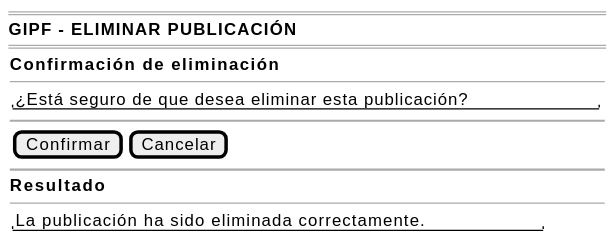
The PlantUML diagram images/RUP/00-casos-uso/02-detalle/coordinador/eliminarPublicacion/eliminarPublicacion-wireframe.svg in beatriizorozco/25-26-idsw2-sdVC, before a commit. The source it was exported from:
```plantuml
@startsalt eliminarPublicacion-wireframe
{
    ====
    <b>GIPF - ELIMINAR PUBLICACIÓN</b>
    ====
    {
        <b>Confirmación de eliminación</b>
        --
        {
            "¿Está seguro de que desea eliminar esta publicación?"
        }

        ~~

        {[Confirmar] | [Cancelar]}

        ~~

        <b>Resultado</b>
        --
        {
            "La publicación ha sido eliminada correctamente."
        }
    }
}
@endsalt
```
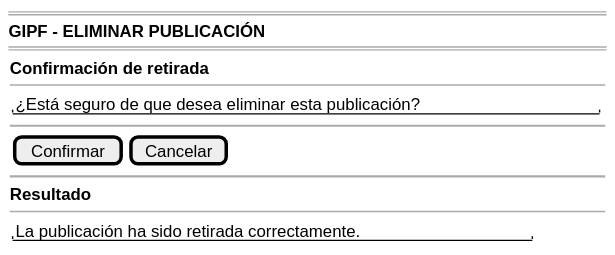
Later version of the same file.

What changed in the source:
```diff
@@ -4,7 +4,7 @@
     <b>GIPF - ELIMINAR PUBLICACIÓN</b>
     ====
     {
-        <b>Confirmación de eliminación</b>
+        <b>Confirmación de retirada</b>
         --
         {
             "¿Está seguro de que desea eliminar esta publicación?"
@@ -19,7 +19,7 @@
         <b>Resultado</b>
         --
         {
-            "La publicación ha sido eliminada correctamente."
+            "La publicación ha sido retirada correctamente."
         }
     }
 }
```
